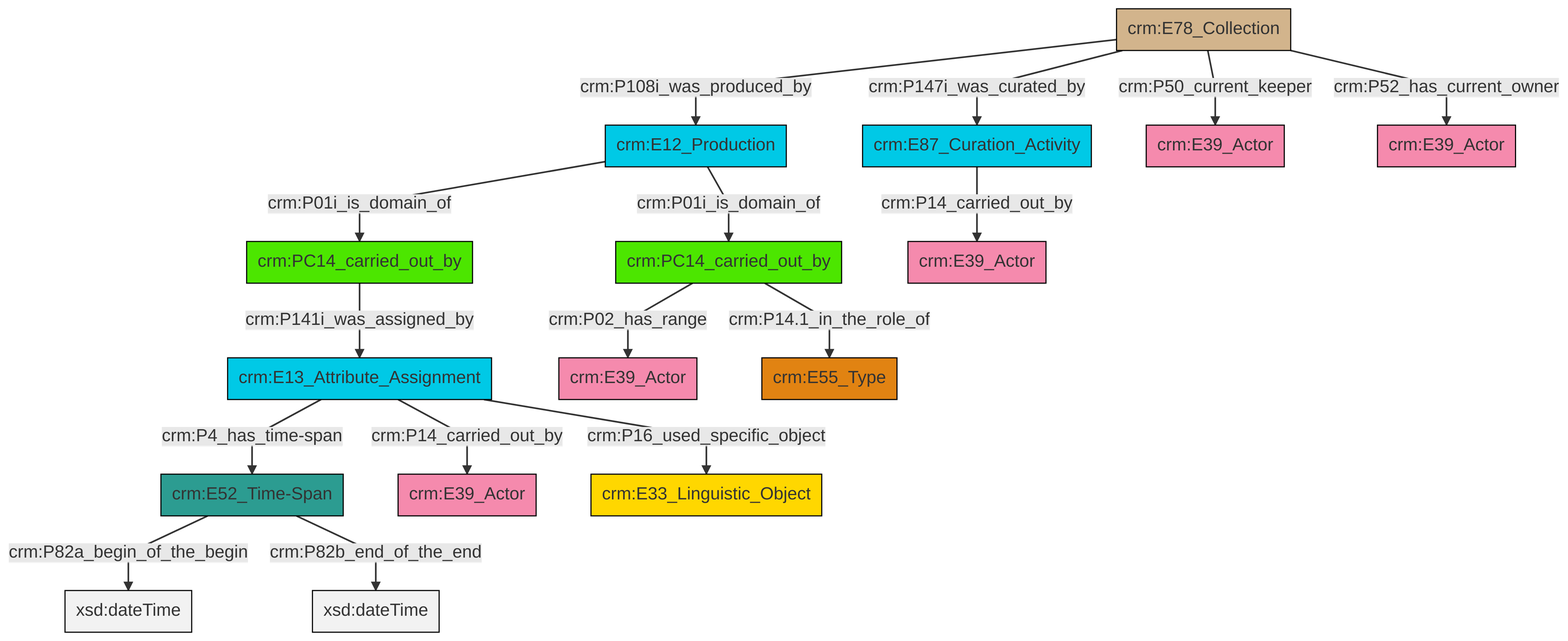
This is et/archivalCSV/ttl/mmd/png/archival_relation.png from swiss-art-research-net/docs.swissartresearch, a Mermaid export, as it was before one commit. Its source is kept beside it as et/archivalCSV/ttl/mmd/archival_relation.ttl.mmd.
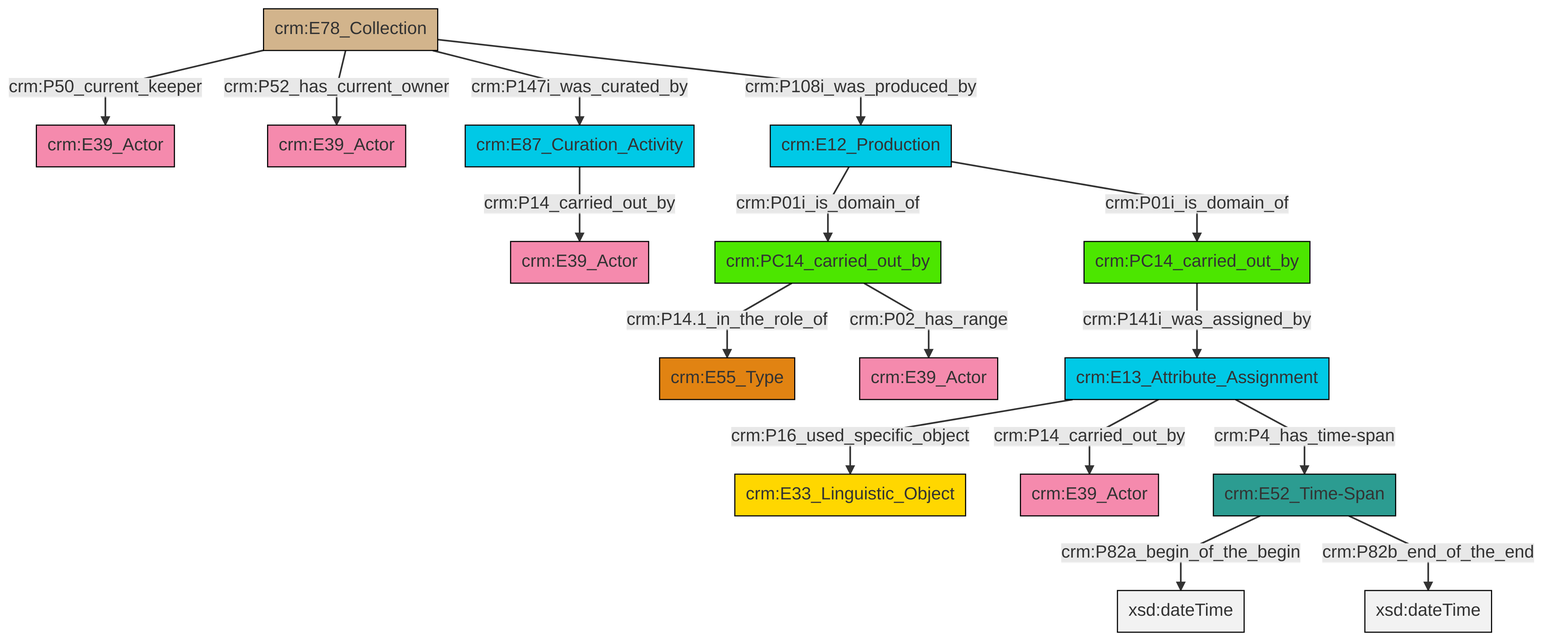
The same file after the commit.

Diff of the diagram source:
```diff
@@ -13,18 +13,18 @@
 classDef PC_Classes fill:#4ce600, stroke:#000000;
 classDef Multi fill:#cccccc,stroke:#000000;
 
-0["crm:E78_Collection"]:::Physical_Thing -->|crm:P108i_was_produced_by| 1["crm:E12_Production"]:::Temporal_Entity
-5["crm:E52_Time-Span"]:::Time-Span -->|crm:P82a_begin_of_the_begin| 6[xsd:dateTime]:::Literal
-0["crm:E78_Collection"]:::Physical_Thing -->|crm:P50_current_keeper| 9["crm:E39_Actor"]:::Actor
-7["crm:PC14_carried_out_by"]:::PC_Classes -->|crm:P02_has_range| 12["crm:E39_Actor"]:::Actor
-1["crm:E12_Production"]:::Temporal_Entity -->|crm:P01i_is_domain_of| 13["crm:PC14_carried_out_by"]:::PC_Classes
-10["crm:E13_Attribute_Assignment"]:::Temporal_Entity -->|crm:P14_carried_out_by| 17["crm:E39_Actor"]:::Actor
-10["crm:E13_Attribute_Assignment"]:::Temporal_Entity -->|crm:P4_has_time-span| 5["crm:E52_Time-Span"]:::Time-Span
-1["crm:E12_Production"]:::Temporal_Entity -->|crm:P01i_is_domain_of| 7["crm:PC14_carried_out_by"]:::PC_Classes
-7["crm:PC14_carried_out_by"]:::PC_Classes -->|crm:P14.1_in_the_role_of| 18["crm:E55_Type"]:::Type
-10["crm:E13_Attribute_Assignment"]:::Temporal_Entity -->|crm:P16_used_specific_object| 24["crm:E33_Linguistic_Object"]:::Conceptual_Object
-0["crm:E78_Collection"]:::Physical_Thing -->|crm:P52_has_current_owner| 15["crm:E39_Actor"]:::Actor
-0["crm:E78_Collection"]:::Physical_Thing -->|crm:P147i_was_curated_by| 2["crm:E87_Curation_Activity"]:::Temporal_Entity
-2["crm:E87_Curation_Activity"]:::Temporal_Entity -->|crm:P14_carried_out_by| 26["crm:E39_Actor"]:::Actor
-5["crm:E52_Time-Span"]:::Time-Span -->|crm:P82b_end_of_the_end| 28[xsd:dateTime]:::Literal
-13["crm:PC14_carried_out_by"]:::PC_Classes -->|crm:P141i_was_assigned_by| 10["crm:E13_Attribute_Assignment"]:::Temporal_Entity
+0["crm:E13_Attribute_Assignment"]:::Temporal_Entity -->|crm:P16_used_specific_object| 1["crm:E33_Linguistic_Object"]:::Conceptual_Object
+5["crm:E78_Collection"]:::Physical_Thing -->|crm:P50_current_keeper| 6["crm:E39_Actor"]:::Actor
+3["crm:E52_Time-Span"]:::Time-Span -->|crm:P82a_begin_of_the_begin| 7[xsd:dateTime]:::Literal
+9["crm:PC14_carried_out_by"]:::PC_Classes -->|crm:P14.1_in_the_role_of| 10["crm:E55_Type"]:::Type
+14["crm:E12_Production"]:::Temporal_Entity -->|crm:P01i_is_domain_of| 9["crm:PC14_carried_out_by"]:::PC_Classes
+5["crm:E78_Collection"]:::Physical_Thing -->|crm:P52_has_current_owner| 15["crm:E39_Actor"]:::Actor
+16["crm:E87_Curation_Activity"]:::Temporal_Entity -->|crm:P14_carried_out_by| 12["crm:E39_Actor"]:::Actor
+5["crm:E78_Collection"]:::Physical_Thing -->|crm:P147i_was_curated_by| 16["crm:E87_Curation_Activity"]:::Temporal_Entity
+3["crm:E52_Time-Span"]:::Time-Span -->|crm:P82b_end_of_the_end| 22[xsd:dateTime]:::Literal
+9["crm:PC14_carried_out_by"]:::PC_Classes -->|crm:P02_has_range| 19["crm:E39_Actor"]:::Actor
+5["crm:E78_Collection"]:::Physical_Thing -->|crm:P108i_was_produced_by| 14["crm:E12_Production"]:::Temporal_Entity
+14["crm:E12_Production"]:::Temporal_Entity -->|crm:P01i_is_domain_of| 23["crm:PC14_carried_out_by"]:::PC_Classes
+0["crm:E13_Attribute_Assignment"]:::Temporal_Entity -->|crm:P14_carried_out_by| 25["crm:E39_Actor"]:::Actor
+23["crm:PC14_carried_out_by"]:::PC_Classes -->|crm:P141i_was_assigned_by| 0["crm:E13_Attribute_Assignment"]:::Temporal_Entity
+0["crm:E13_Attribute_Assignment"]:::Temporal_Entity -->|crm:P4_has_time-span| 3["crm:E52_Time-Span"]:::Time-Span
```
